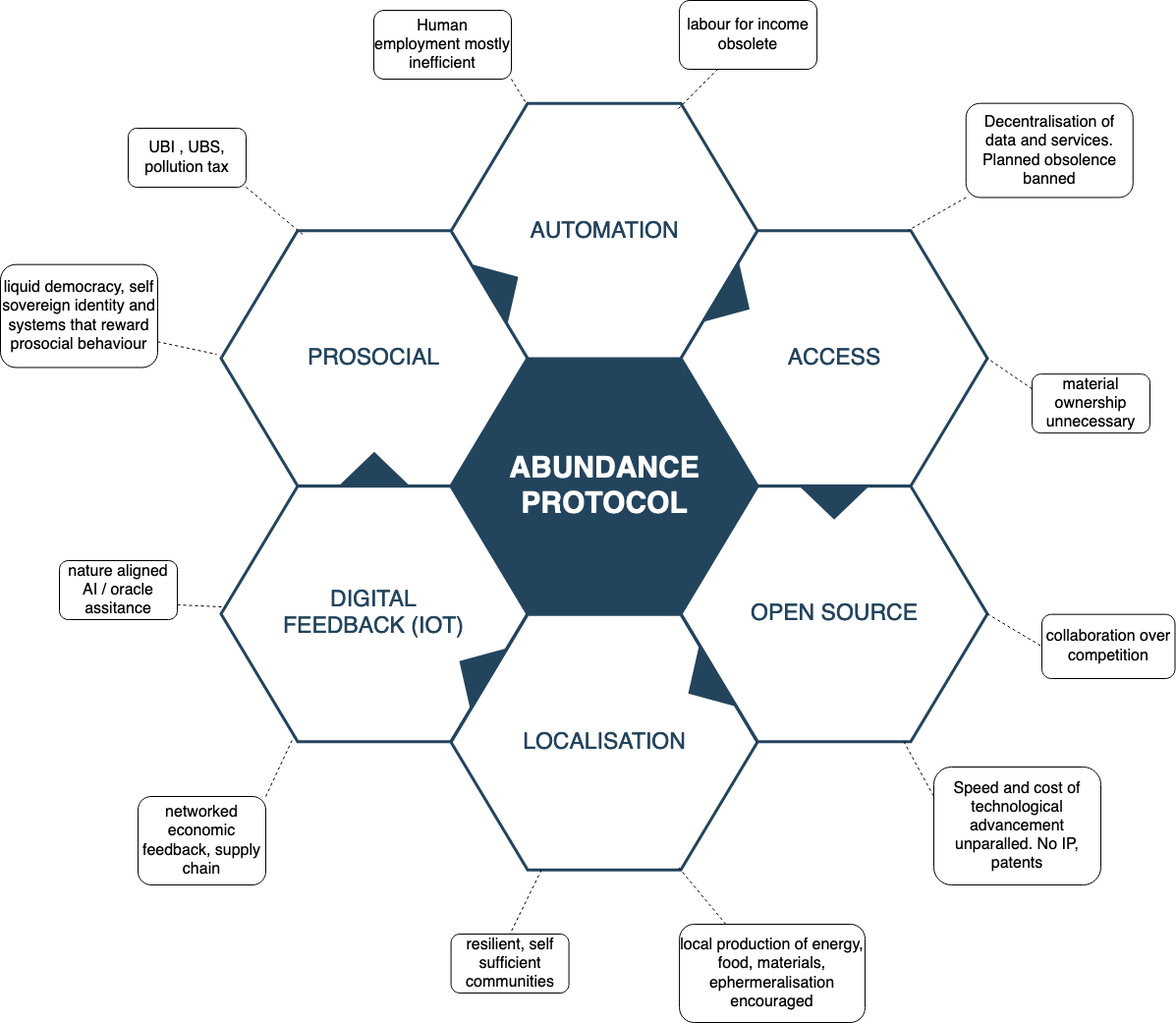
Earlier version of the draw.io export abundance_protocol.png (munispora/Abundance-protocol). Source tidied: cells renumbered, new cells last; positions are measured from the earlier drawing's top-left corner, leaving out a move shared by most shapes.
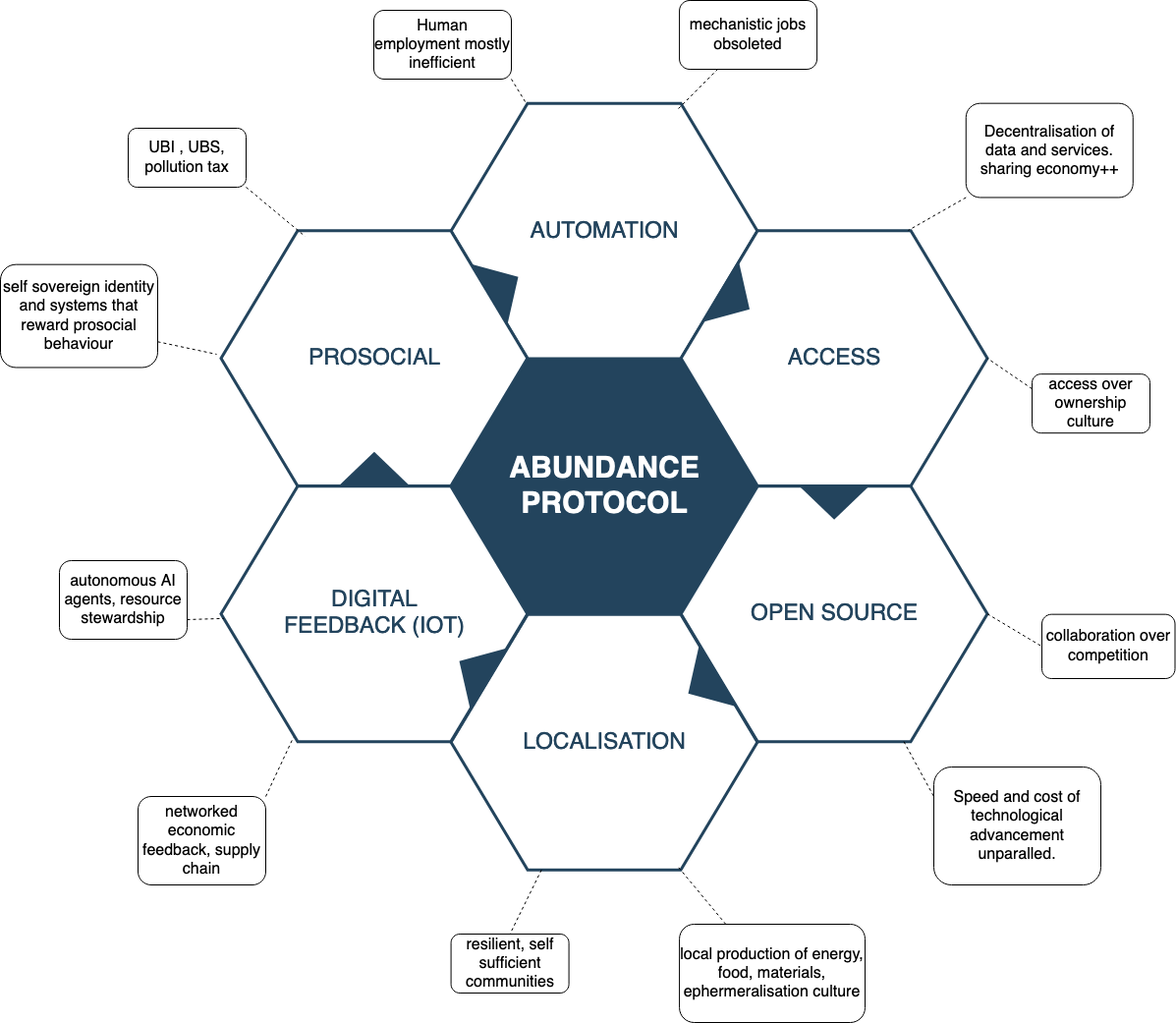
The same diagram one commit later.

The edit, as a diff of the source:
```diff
@@ -50,16 +50,16 @@
     <mxCell id="17" value="Human employment mostly inefficient" style="rounded=1;whiteSpace=wrap;html=1;fontSize=16;" parent="1" vertex="1">
       <mxGeometry x="380" y="10" width="140" height="70" as="geometry" />
     </mxCell>
-    <mxCell id="18" value="labour for income obsolete" style="rounded=1;whiteSpace=wrap;html=1;fontSize=16;" parent="1" vertex="1">
+    <mxCell id="18" value="mechanistic jobs obsoleted " style="rounded=1;whiteSpace=wrap;html=1;fontSize=16;" parent="1" vertex="1">
       <mxGeometry x="691.1" width="140" height="70" as="geometry" />
     </mxCell>
     <mxCell id="19" style="endArrow=none;dashed=1;html=1;entryX=0.5;entryY=0;entryDx=0;entryDy=0;" parent="1" edge="1" source="7" target="16">
       <mxGeometry relative="1" as="geometry" />
     </mxCell>
-    <mxCell id="20" value="Decentralisation of data and services. Planned obsolence banned" style="rounded=1;whiteSpace=wrap;html=1;fontSize=16;" parent="1" vertex="1">
+    <mxCell id="20" value="Decentralisation of data and services. sharing economy++" style="rounded=1;whiteSpace=wrap;html=1;fontSize=16;" parent="1" vertex="1">
       <mxGeometry x="982.8" y="104.7" width="170" height="95.8" as="geometry" />
     </mxCell>
-    <mxCell id="21" value="material ownership unnecessary " style="rounded=1;whiteSpace=wrap;html=1;fontSize=16;" parent="1" vertex="1">
+    <mxCell id="21" value="access over ownership culture " style="rounded=1;whiteSpace=wrap;html=1;fontSize=16;" parent="1" vertex="1">
       <mxGeometry x="1050" y="380.2" width="120" height="60" as="geometry" />
     </mxCell>
     <mxCell id="22" value="collaboration over competition" style="rounded=1;whiteSpace=wrap;html=1;fontSize=16;" parent="1" vertex="1">
@@ -68,7 +68,7 @@
     <mxCell id="23" value="UBI , UBS, pollution tax" style="rounded=1;whiteSpace=wrap;html=1;fontSize=16;" parent="1" vertex="1">
       <mxGeometry x="130" y="130" width="120" height="60" as="geometry" />
     </mxCell>
-    <mxCell id="24" value="Speed and cost of technological advancement unparalled. No IP, patents" style="rounded=1;whiteSpace=wrap;html=1;fontSize=16;" parent="1" vertex="1">
+    <mxCell id="24" value="Speed and cost of technological advancement unparalled." style="rounded=1;whiteSpace=wrap;html=1;fontSize=16;" parent="1" vertex="1">
       <mxGeometry x="950" y="780" width="170" height="120" as="geometry" />
     </mxCell>
     <mxCell id="25" style="endArrow=none;dashed=1;html=1;fontSize=16;exitX=0;exitY=1;exitDx=0;exitDy=0;entryX=0.742;entryY=-0.001;entryDx=0;entryDy=0;entryPerimeter=0;" parent="1" edge="1" source="20" target="5">
@@ -97,7 +97,7 @@
     <mxCell id="31" style="endArrow=none;dashed=1;html=1;fontSize=16;entryX=0;entryY=0.25;entryDx=0;entryDy=0;" parent="1" edge="1" source="6" target="24">
       <mxGeometry relative="1" as="geometry" />
     </mxCell>
-    <mxCell id="32" value="liquid democracy, self sovereign identity and systems that reward prosocial behaviour" style="rounded=1;whiteSpace=wrap;html=1;fontSize=16;" parent="1" vertex="1">
+    <mxCell id="32" value="self sovereign identity and systems that reward prosocial behaviour" style="rounded=1;whiteSpace=wrap;html=1;fontSize=16;" parent="1" vertex="1">
       <mxGeometry y="268.7" width="160" height="104.8" as="geometry" />
     </mxCell>
     <mxCell id="33" style="endArrow=none;dashed=1;html=1;fontSize=16;exitX=1;exitY=0.75;exitDx=0;exitDy=0;" parent="1" edge="1" source="32">
@@ -105,7 +105,7 @@
         <mxPoint x="220" y="360" as="targetPoint" />
       </mxGeometry>
     </mxCell>
-    <mxCell id="34" value="local production of energy, food, materials, ephermeralisation encouraged" style="rounded=1;whiteSpace=wrap;html=1;fontSize=16;" parent="1" vertex="1">
+    <mxCell id="34" value="local production of energy, food, materials, ephermeralisation culture" style="rounded=1;whiteSpace=wrap;html=1;fontSize=16;" parent="1" vertex="1">
       <mxGeometry x="691.1" y="940" width="188.9" height="100" as="geometry" />
     </mxCell>
     <mxCell id="35" style="endArrow=none;dashed=1;html=1;fontSize=16;exitX=0.25;exitY=0;exitDx=0;exitDy=0;" parent="1" edge="1" source="34">
@@ -116,8 +116,8 @@
     <mxCell id="36" value="networked economic feedback, supply chain" style="rounded=1;whiteSpace=wrap;html=1;fontSize=16;" parent="1" vertex="1">
       <mxGeometry x="140" y="810" width="130" height="90" as="geometry" />
     </mxCell>
-    <mxCell id="37" value="nature aligned AI / oracle assitance" style="rounded=1;whiteSpace=wrap;html=1;fontSize=16;" parent="1" vertex="1">
-      <mxGeometry x="60" y="570" width="120" height="60" as="geometry" />
+    <mxCell id="37" value="autonomous AI agents, resource stewardship" style="rounded=1;whiteSpace=wrap;html=1;fontSize=16;" parent="1" vertex="1">
+      <mxGeometry x="60" y="570" width="130" height="80" as="geometry" />
     </mxCell>
     <mxCell id="38" style="endArrow=none;dashed=1;html=1;fontSize=16;exitX=1;exitY=0.75;exitDx=0;exitDy=0;" parent="1" edge="1" source="37" target="8">
       <mxGeometry relative="1" as="geometry" />
```
